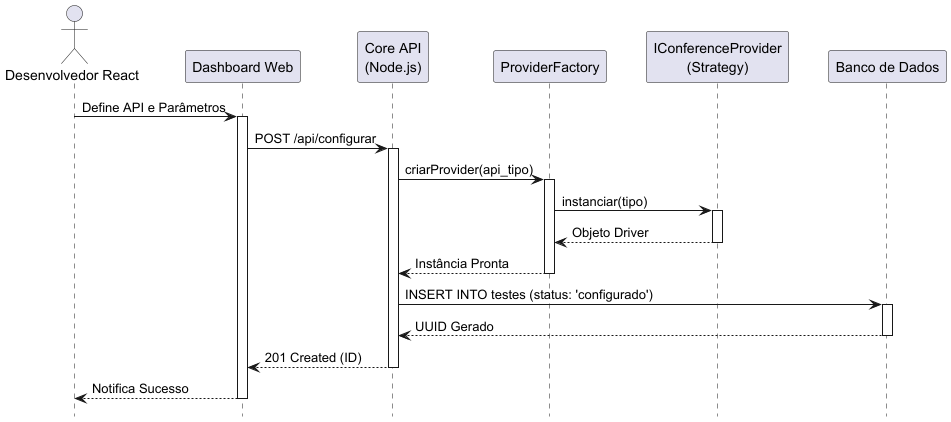
Earlier version of the PlantUML export Artefatos/DiagramaDeSequenciaDeValidacaoViaStrategyPattern.png (ICEI-PUC-Minas-PPLES-TI/plf-es-2025-2-tcci-0393100-dev-rafael-parreira). The source it was exported from:
```plantuml
@startuml
hide footbox
skinparam ParticipantPadding 15

actor "Desenvolvedor React" as Dev
participant "Dashboard Web" as Web
participant "Core API\n(Node.js)" as Core
participant "ProviderFactory" as Factory
participant "IConferenceProvider\n(Strategy)" as Strategy
participant "Banco de Dados" as DB

Dev -> Web: Define API e Parâmetros
activate Web
Web -> Core: POST /api/configurar
activate Core

Core -> Factory: criarProvider(api_tipo)
activate Factory
Factory -> Strategy: instanciar(tipo)
activate Strategy
Strategy --> Factory: Objeto Driver
deactivate Strategy
Factory --> Core: Instância Pronta
deactivate Factory

Core -> DB: INSERT INTO testes (status: 'configurado')
activate DB
DB --> Core: UUID Gerado
deactivate DB

Core --> Web: 201 Created (ID)
deactivate Core
Web --> Dev: Notifica Sucesso
deactivate Web
@enduml
```
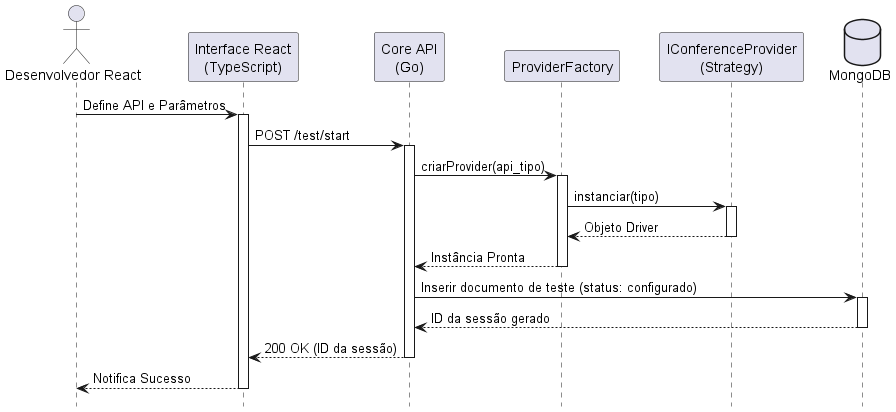
The same diagram one commit later.

Diff of the diagram source:
```diff
@@ -3,15 +3,15 @@
 skinparam ParticipantPadding 15
 
 actor "Desenvolvedor React" as Dev
-participant "Dashboard Web" as Web
-participant "Core API\n(Node.js)" as Core
+participant "Interface React\n(TypeScript)" as Web
+participant "Core API\n(Go)" as Core
 participant "ProviderFactory" as Factory
 participant "IConferenceProvider\n(Strategy)" as Strategy
-participant "Banco de Dados" as DB
+database "MongoDB" as DB
 
 Dev -> Web: Define API e Parâmetros
 activate Web
-Web -> Core: POST /api/configurar
+Web -> Core: POST /test/start
 activate Core
 
 Core -> Factory: criarProvider(api_tipo)
@@ -23,12 +23,12 @@
 Factory --> Core: Instância Pronta
 deactivate Factory
 
-Core -> DB: INSERT INTO testes (status: 'configurado')
+Core -> DB: Inserir documento de teste (status: configurado)
 activate DB
-DB --> Core: UUID Gerado
+DB --> Core: ID da sessão gerado
 deactivate DB
 
-Core --> Web: 201 Created (ID)
+Core --> Web: 200 OK (ID da sessão)
 deactivate Core
 Web --> Dev: Notifica Sucesso
 deactivate Web
```
